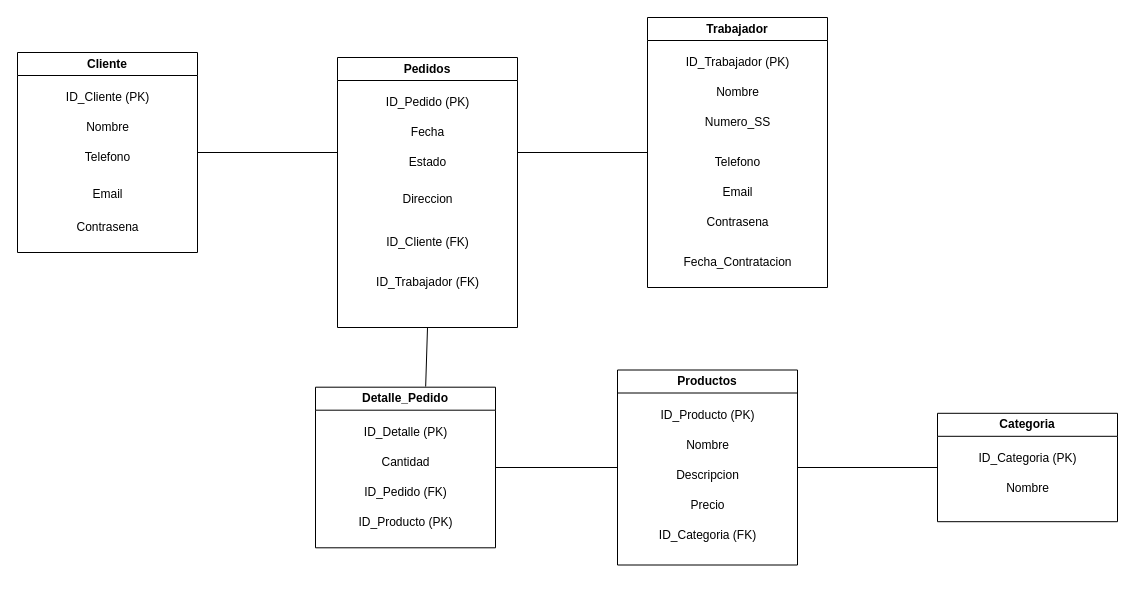
The draw.io diagram Modelo-Relacional/Modelo Relacional.drawio in jblas7/web-final, before the edit. Source tidied: cells renumbered, new cells numbered last; positions are measured from the earlier drawing's top-left corner, leaving out a move shared by most shapes. Both pictures are drawn from the tidied source at 100%, with x=0, y=0 at pixel (17, 17).
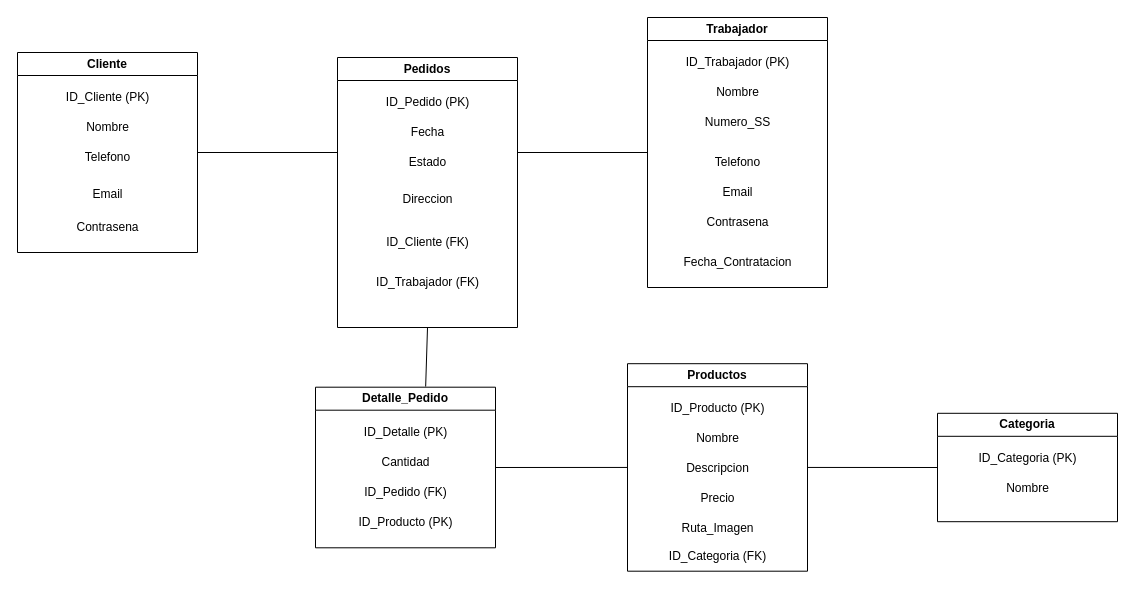
Above is the later version.

Commit message (it also covers changes not shown here):
Añadido Atributo Ruta_Imagen a Productos

Añadido el atributo Ruta_Imagen para poder poner la direccion de las imagenes para cargarlas en la web.

Change to the diagram source:
```diff
@@
     <mxCell id="15" value="Productos" style="swimlane;whiteSpace=wrap;html=1;" parent="1" vertex="1">
-      <mxGeometry x="600" y="352.5" width="180" height="195" as="geometry" />
+      <mxGeometry x="610" y="346.2" width="180" height="207.5" as="geometry" />
     </mxCell>
@@
     <mxCell id="20" value="ID_Categoria (FK)" style="text;html=1;align=center;verticalAlign=middle;strokeColor=none;fillColor=none;" parent="15" vertex="1">
-      <mxGeometry x="30" y="150" width="120" height="30" as="geometry" />
+      <mxGeometry x="30" y="177.5" width="120" height="30" as="geometry" />
     </mxCell>
+    <mxCell id="42" value="Ruta_Imagen" style="text;html=1;align=center;verticalAlign=middle;strokeColor=none;fillColor=none;" parent="15" vertex="1">
+      <mxGeometry x="40" y="150" width="100" height="30" as="geometry" />
+    </mxCell>
```
